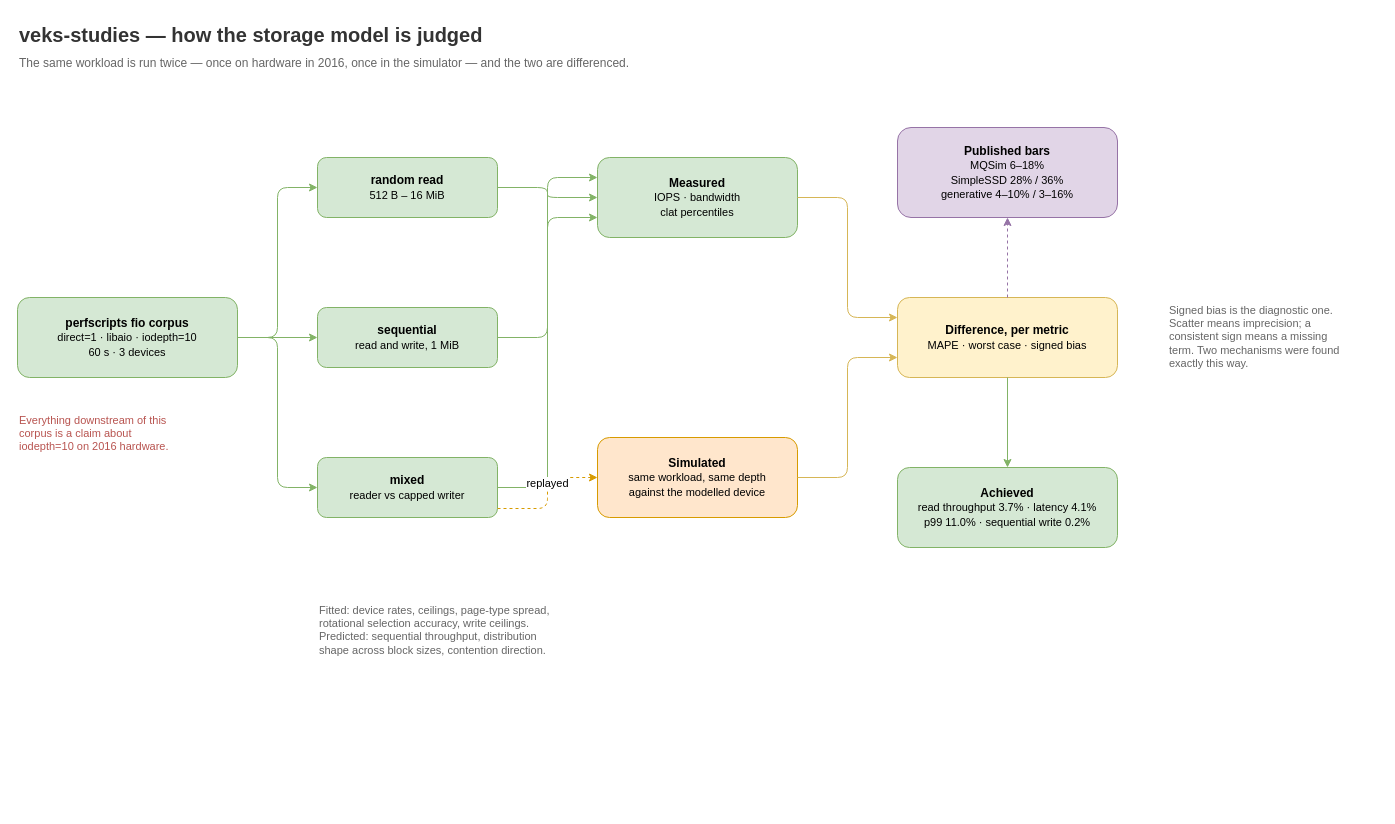
Earlier version of the draw.io diagram veks-studies/docs/gsplat/veks-sim-validation.drawio (nosqlbench/vectordata-rs). Source tidied: cells renumbered, new cells numbered last; positions are measured from the earlier drawing's top-left corner, leaving out a move shared by most shapes. Both pictures are drawn from the tidied source at 100%, with x=0, y=0 at pixel (17, 17).
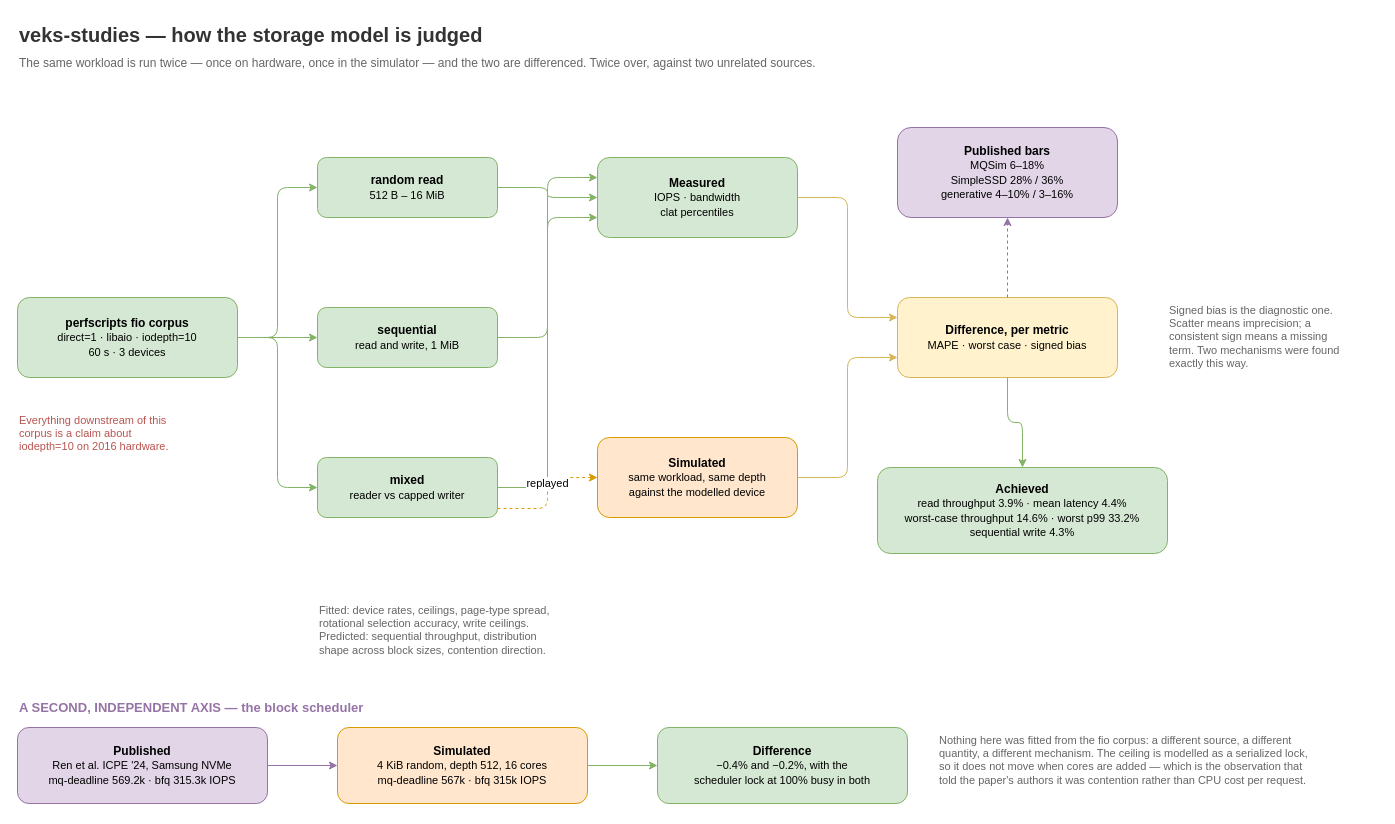
Above is the later version.

Commit message (it also covers changes not shown here):
veks-studies: refresh the validation diagram

- Current figures: throughput 3.9%, mean latency 4.4%, worst 14.6%,
  worst p99 33.2%, sequential write 4.3%
- Sequential write was still claiming 0.2%, from before the die-count
  correction
- Second axis: scheduler ceilings against ICPE '24, none of it fitted
  from the fio corpus

The edit, as a diff of the source:
```diff
@@
-    <mxCell id="3" value="The same workload is run twice — once on hardware in 2016, once in the simulator — and the two are differenced." style="text;html=1;align=left;verticalAlign=middle;fontSize=12;fontColor=#666666;" parent="1" vertex="1">
+    <mxCell id="3" value="The same workload is run twice — once on hardware, once in the simulator — and the two are differenced. Twice over, against two unrelated sources." style="text;html=1;align=left;verticalAlign=middle;fontSize=12;fontColor=#666666;" parent="1" vertex="1">
       <mxGeometry y="36" width="900" height="20" as="geometry" />
     </mxCell>
@@
-    <mxCell id="12" value="&lt;b&gt;Achieved&lt;/b&gt;&lt;br/&gt;&lt;font style=&quot;font-size:11px;&quot;&gt;read throughput 3.7% · latency 4.1%&#10;p99 11.0% · sequential write 0.2%&lt;/font&gt;" style="rounded=1;whiteSpace=wrap;html=1;fillColor=#d5e8d4;strokeColor=#82b366;" parent="1" vertex="1">
-      <mxGeometry x="880" y="450" width="220" height="80" as="geometry" />
+    <mxCell id="12" value="&lt;b&gt;Achieved&lt;/b&gt;&lt;br/&gt;&lt;font style=&quot;font-size:11px;&quot;&gt;read throughput 3.9% · mean latency 4.4%&#10;worst-case throughput 14.6% · worst p99 33.2%&#10;sequential write 4.3%&lt;/font&gt;" style="rounded=1;whiteSpace=wrap;html=1;fillColor=#d5e8d4;strokeColor=#82b366;" parent="1" vertex="1">
+      <mxGeometry x="860" y="450" width="290" height="86" as="geometry" />
     </mxCell>
@@
+    <mxCell id="27" value="A SECOND, INDEPENDENT AXIS — the block scheduler" style="text;html=1;align=left;verticalAlign=middle;fontSize=13;fontStyle=1;fontColor=#9673a6;" parent="1" vertex="1">
+      <mxGeometry y="680" width="500" height="20" as="geometry" />
+    </mxCell>
+    <mxCell id="28" value="&lt;b&gt;Published&lt;/b&gt;&lt;br/&gt;&lt;font style=&quot;font-size:11px;&quot;&gt;Ren et al. ICPE '24, Samsung NVMe&#10;mq-deadline 569.2k · bfq 315.3k IOPS&lt;/font&gt;" style="rounded=1;whiteSpace=wrap;html=1;fillColor=#e1d5e7;strokeColor=#9673a6;" parent="1" vertex="1">
+      <mxGeometry y="710" width="250" height="76" as="geometry" />
+    </mxCell>
+    <mxCell id="29" value="&lt;b&gt;Simulated&lt;/b&gt;&lt;br/&gt;&lt;font style=&quot;font-size:11px;&quot;&gt;4 KiB random, depth 512, 16 cores&#10;mq-deadline 567k · bfq 315k IOPS&lt;/font&gt;" style="rounded=1;whiteSpace=wrap;html=1;fillColor=#ffe6cc;strokeColor=#d79b00;" parent="1" vertex="1">
+      <mxGeometry x="320" y="710" width="250" height="76" as="geometry" />
+    </mxCell>
+    <mxCell id="30" value="&lt;b&gt;Difference&lt;/b&gt;&lt;br/&gt;&lt;font style=&quot;font-size:11px;&quot;&gt;−0.4% and −0.2%, with the&#10;scheduler lock at 100% busy in both&lt;/font&gt;" style="rounded=1;whiteSpace=wrap;html=1;fillColor=#d5e8d4;strokeColor=#82b366;" parent="1" vertex="1">
+      <mxGeometry x="640" y="710" width="250" height="76" as="geometry" />
+    </mxCell>
+    <mxCell id="31" value="Nothing here was fitted from the fio corpus: a different source, a different&#10;quantity, a different mechanism. The ceiling is modelled as a serialized lock,&#10;so it does not move when cores are added — which is the observation that&#10;told the paper's authors it was contention rather than CPU cost per request." style="text;html=1;align=left;verticalAlign=top;fontSize=11;fontColor=#666666;" parent="1" vertex="1">
+      <mxGeometry x="920" y="710" width="440" height="80" as="geometry" />
+    </mxCell>
+    <mxCell id="32" style="edgeStyle=orthogonalEdgeStyle;rounded=1;jettySize=auto;html=1;exitX=1;exitY=0.5;exitDx=0;exitDy=0;entryX=0;entryY=0.5;entryDx=0;entryDy=0;strokeColor=#9673a6;" parent="1" edge="1" source="28" target="29">
+      <mxGeometry relative="1" as="geometry" />
+    </mxCell>
+    <mxCell id="33" style="edgeStyle=orthogonalEdgeStyle;rounded=1;jettySize=auto;html=1;exitX=1;exitY=0.5;exitDx=0;exitDy=0;entryX=0;entryY=0.5;entryDx=0;entryDy=0;strokeColor=#82b366;" parent="1" edge="1" source="29" target="30">
+      <mxGeometry relative="1" as="geometry" />
+    </mxCell>
```
